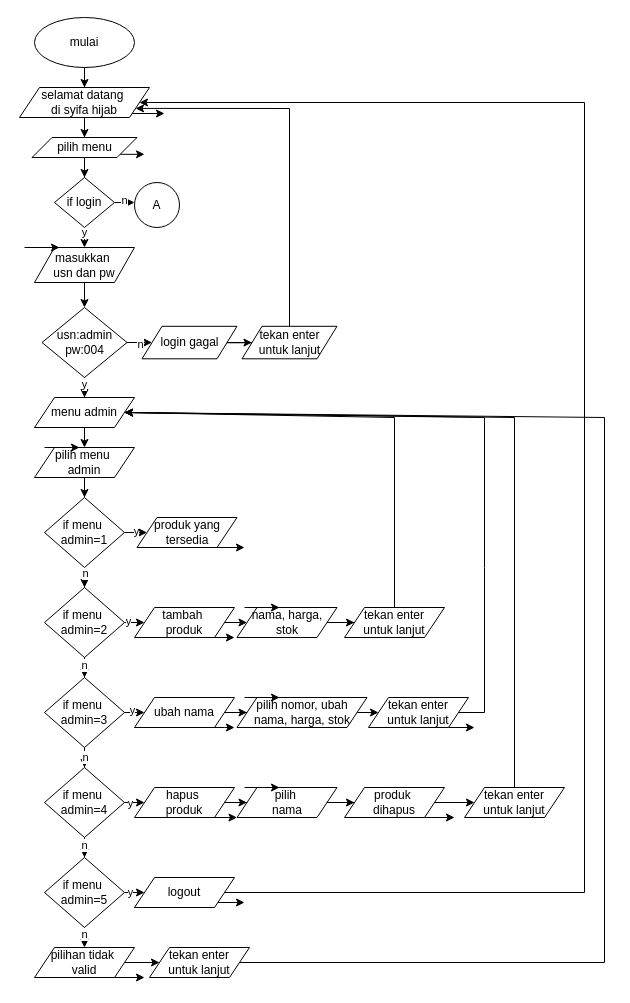
Before: A1-2025/Flowchart Posttest APD 5.drawio in cipa-dev/praktikum-apd, a draw.io diagram. Source tidied: cells renumbered, new cells numbered last; positions are measured from the earlier drawing's top-left corner, leaving out a move shared by most shapes. Both pictures are drawn from the tidied source at 100%, with x=0, y=0 at pixel (19, 17).
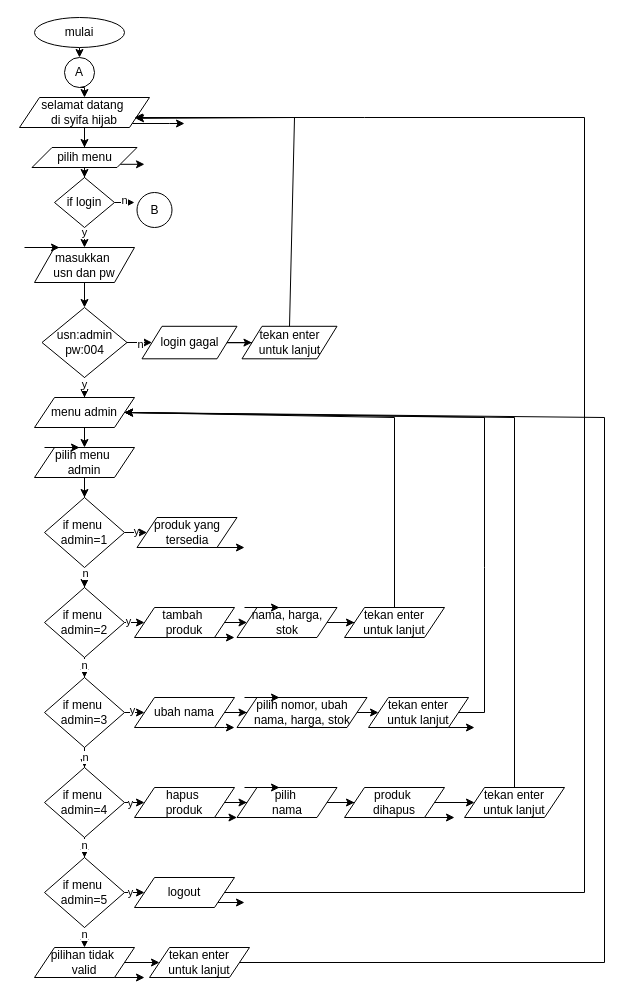
Above is the later version.

Unchanged cells that the change refers to:
```xml
<mxCell id="78" value="logout" style="shape=parallelogram;perimeter=parallelogramPerimeter;whiteSpace=wrap;html=1;fixedSize=1;" parent="1" vertex="1">
  <mxGeometry x="115" y="860" width="100" height="30" as="geometry" />
</mxCell>
<mxCell id="86" value="tekan enter&lt;div&gt;untuk lanjut&lt;/div&gt;" style="shape=parallelogram;perimeter=parallelogramPerimeter;whiteSpace=wrap;html=1;fixedSize=1;" parent="1" vertex="1">
  <mxGeometry x="222.5" y="308.8" width="95" height="32.5" as="geometry" />
</mxCell>
```

Change to the diagram source:
```diff
@@
-    <mxCell id="2" style="edgeStyle=orthogonalEdgeStyle;rounded=0;jettySize=auto;html=1;" parent="1" edge="1" source="3" target="6">
-      <mxGeometry relative="1" as="geometry" />
-    </mxCell>
+    <mxCell id="96" style="edgeStyle=orthogonalEdgeStyle;rounded=0;jettySize=auto;html=1;exitX=0.5;exitY=1;exitDx=0;exitDy=0;entryX=0.5;entryY=0;entryDx=0;entryDy=0;" parent="1" edge="1" source="3" target="100">
+      <mxGeometry relative="1" as="geometry" />
+    </mxCell>
     <mxCell id="3" value="mulai" style="ellipse;whiteSpace=wrap;html=1;" parent="1" vertex="1">
-      <mxGeometry x="15" width="100" height="50" as="geometry" />
+      <mxGeometry x="15" width="90" height="30" as="geometry" />
     </mxCell>
@@
-    <mxCell id="5" style="edgeStyle=orthogonalEdgeStyle;rounded=0;jettySize=auto;html=1;exitX=1;exitY=1;exitDx=0;exitDy=0;" parent="1" edge="1" source="6">
-      <mxGeometry relative="1" as="geometry">
-        <mxPoint x="145" y="96" as="targetPoint" />
-      </mxGeometry>
-    </mxCell>
+    <mxCell id="97" style="edgeStyle=orthogonalEdgeStyle;rounded=0;jettySize=auto;html=1;exitX=1;exitY=1;exitDx=0;exitDy=0;" parent="1" edge="1" source="6">
+      <mxGeometry relative="1" as="geometry">
+        <mxPoint x="165" y="106" as="targetPoint" />
+      </mxGeometry>
+    </mxCell>
     <mxCell id="6" value="selamat datang&amp;nbsp;&lt;div&gt;di syifa hijab&lt;/div&gt;" style="shape=parallelogram;perimeter=parallelogramPerimeter;whiteSpace=wrap;html=1;fixedSize=1;" parent="1" vertex="1">
-      <mxGeometry y="70" width="130" height="30" as="geometry" />
+      <mxGeometry y="80" width="130" height="30" as="geometry" />
     </mxCell>
@@
-    <mxCell id="8" style="edgeStyle=orthogonalEdgeStyle;rounded=0;jettySize=auto;html=1;exitX=1;exitY=1;exitDx=0;exitDy=0;" parent="1" edge="1" source="9">
-      <mxGeometry relative="1" as="geometry">
-        <mxPoint x="125" y="137" as="targetPoint" />
-      </mxGeometry>
-    </mxCell>
+    <mxCell id="98" style="edgeStyle=orthogonalEdgeStyle;rounded=0;jettySize=auto;html=1;exitX=1;exitY=1;exitDx=0;exitDy=0;" parent="1" edge="1" source="9">
+      <mxGeometry relative="1" as="geometry">
+        <mxPoint x="125" y="147" as="targetPoint" />
+      </mxGeometry>
+    </mxCell>
     <mxCell id="9" value="pilih menu" style="shape=parallelogram;perimeter=parallelogramPerimeter;whiteSpace=wrap;html=1;fixedSize=1;" parent="1" vertex="1">
-      <mxGeometry x="12.5" y="120" width="105" height="20" as="geometry" />
+      <mxGeometry x="12.5" y="130" width="105" height="20" as="geometry" />
     </mxCell>
@@
-    <mxCell id="82" style="endArrow=classic;html=1;rounded=0;exitX=1;exitY=0.5;exitDx=0;exitDy=0;entryX=1;entryY=0.5;entryDx=0;entryDy=0;" parent="1" edge="1" source="78" target="6">
+    <mxCell id="82" style="endArrow=classic;html=1;rounded=0;exitX=1;exitY=0.5;exitDx=0;exitDy=0;" parent="1" edge="1" source="78">
       <mxGeometry relative="1" as="geometry">
+        <mxPoint x="115" y="100" as="targetPoint" />
         <Array as="points">
           <mxPoint x="565" y="875" />
-          <mxPoint x="565" y="85" />
+          <mxPoint x="565" y="100" />
+          <mxPoint x="345" y="100" />
         </Array>
       </mxGeometry>
     </mxCell>
-    <mxCell id="83" value="A" style="ellipse;whiteSpace=wrap;html=1;" parent="1" vertex="1">
-      <mxGeometry x="115" y="165" width="45" height="45" as="geometry" />
+    <mxCell id="83" value="B" style="ellipse;whiteSpace=wrap;html=1;" parent="1" vertex="1">
+      <mxGeometry x="117.5" y="175" width="35" height="35" as="geometry" />
     </mxCell>
@@
     <mxCell id="87" style="endArrow=classic;html=1;rounded=0;entryX=1;entryY=0.75;entryDx=0;entryDy=0;exitX=0.5;exitY=0;exitDx=0;exitDy=0;" parent="1" edge="1" source="86" target="6">
       <mxGeometry relative="1" as="geometry">
         <Array as="points">
-          <mxPoint x="270" y="91" />
+          <mxPoint x="275" y="100" />
         </Array>
       </mxGeometry>
     </mxCell>
@@
+    <mxCell id="99" style="edgeStyle=orthogonalEdgeStyle;rounded=0;jettySize=auto;html=1;exitX=0.5;exitY=1;exitDx=0;exitDy=0;entryX=0.5;entryY=0;entryDx=0;entryDy=0;" parent="1" edge="1" source="100" target="6">
+      <mxGeometry relative="1" as="geometry" />
+    </mxCell>
+    <mxCell id="100" value="A" style="ellipse;whiteSpace=wrap;html=1;" parent="1" vertex="1">
+      <mxGeometry x="45" y="40" width="30" height="30" as="geometry" />
+    </mxCell>
```
